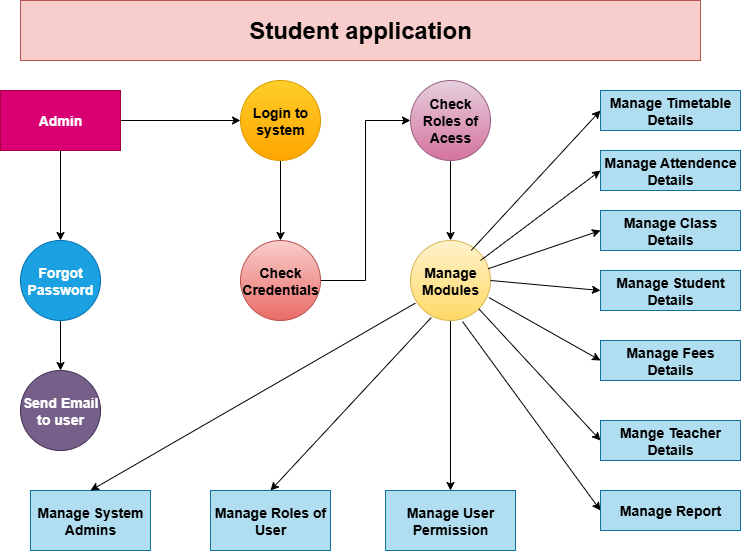
The draw.io diagram stdappli.drawio.png in vijjukondeti66-sys/student-portal-demo, before a commit. Source tidied: cells renumbered, new cells last; positions are measured from the earlier drawing's top-left corner, leaving out a move shared by most shapes. Source of this version:
```xml
<mxGraphModel>
  <root>
    <mxCell id="0" />
    <mxCell id="1" parent="0" />
    <mxCell id="2" style="edgeStyle=orthogonalEdgeStyle;rounded=0;jettySize=auto;html=1;entryX=0.5;entryY=0;entryDx=0;entryDy=0;" parent="1" edge="1" source="4" target="15">
      <mxGeometry relative="1" as="geometry" />
    </mxCell>
    <mxCell id="3" style="edgeStyle=orthogonalEdgeStyle;rounded=0;jettySize=auto;html=1;" parent="1" edge="1" source="4" target="10">
      <mxGeometry relative="1" as="geometry" />
    </mxCell>
    <mxCell id="4" value="&lt;h3&gt;Admin&lt;/h3&gt;" style="rounded=0;whiteSpace=wrap;html=1;fillColor=#d80073;fontColor=#ffffff;strokeColor=#A50040;" parent="1" vertex="1">
      <mxGeometry y="90" width="120" height="60" as="geometry" />
    </mxCell>
    <mxCell id="5" style="edgeStyle=orthogonalEdgeStyle;rounded=0;jettySize=auto;html=1;entryX=0.5;entryY=0;entryDx=0;entryDy=0;" parent="1" edge="1" source="6" target="12">
      <mxGeometry relative="1" as="geometry" />
    </mxCell>
    <mxCell id="6" value="&lt;h3&gt;Check Roles of Acess&lt;/h3&gt;" style="ellipse;whiteSpace=wrap;html=1;fillColor=#e6d0de;gradientColor=#d5739d;strokeColor=#996185;" parent="1" vertex="1">
      <mxGeometry x="410" y="80" width="80" height="80" as="geometry" />
    </mxCell>
    <mxCell id="7" style="edgeStyle=orthogonalEdgeStyle;rounded=0;jettySize=auto;html=1;entryX=0;entryY=0.5;entryDx=0;entryDy=0;" parent="1" edge="1" source="8" target="6">
      <mxGeometry relative="1" as="geometry" />
    </mxCell>
    <mxCell id="8" value="&lt;h3&gt;Check Credentials&lt;/h3&gt;" style="ellipse;whiteSpace=wrap;html=1;fillColor=#f8cecc;gradientColor=#ea6b66;strokeColor=#b85450;" parent="1" vertex="1">
      <mxGeometry x="240" y="240" width="80" height="80" as="geometry" />
    </mxCell>
    <mxCell id="9" style="edgeStyle=orthogonalEdgeStyle;rounded=0;jettySize=auto;html=1;" parent="1" edge="1" source="10" target="8">
      <mxGeometry relative="1" as="geometry" />
    </mxCell>
    <mxCell id="10" value="&lt;h3&gt;Login to system&lt;/h3&gt;" style="ellipse;whiteSpace=wrap;html=1;fillColor=#ffcd28;gradientColor=#ffa500;strokeColor=#d79b00;" parent="1" vertex="1">
      <mxGeometry x="240" y="80" width="80" height="80" as="geometry" />
    </mxCell>
    <mxCell id="11" style="edgeStyle=orthogonalEdgeStyle;rounded=0;jettySize=auto;html=1;" parent="1" edge="1" source="12" target="20">
      <mxGeometry relative="1" as="geometry" />
    </mxCell>
    <mxCell id="12" value="&lt;h3&gt;Manage Modules&lt;/h3&gt;" style="ellipse;whiteSpace=wrap;html=1;fillColor=#fff2cc;gradientColor=#ffd966;strokeColor=#d6b656;" parent="1" vertex="1">
      <mxGeometry x="410" y="240" width="80" height="80" as="geometry" />
    </mxCell>
    <mxCell id="13" value="&lt;h3&gt;Send Email to user&lt;/h3&gt;" style="ellipse;whiteSpace=wrap;html=1;fillColor=#76608a;strokeColor=#432D57;fontColor=#ffffff;" parent="1" vertex="1">
      <mxGeometry x="20" y="370" width="80" height="80" as="geometry" />
    </mxCell>
    <mxCell id="14" style="edgeStyle=orthogonalEdgeStyle;rounded=0;jettySize=auto;html=1;" parent="1" edge="1" source="15" target="13">
      <mxGeometry relative="1" as="geometry" />
    </mxCell>
    <mxCell id="15" value="&lt;h3&gt;Forgot Password&lt;/h3&gt;" style="ellipse;whiteSpace=wrap;html=1;fillColor=#1ba1e2;fontColor=#ffffff;strokeColor=#006EAF;" parent="1" vertex="1">
      <mxGeometry x="20" y="240" width="80" height="80" as="geometry" />
    </mxCell>
    <mxCell id="16" value="&lt;h3&gt;Mange Teacher Details&lt;/h3&gt;" style="rounded=0;whiteSpace=wrap;html=1;fillColor=#b1ddf0;strokeColor=#10739e;" parent="1" vertex="1">
      <mxGeometry x="600" y="420" width="140" height="40" as="geometry" />
    </mxCell>
    <mxCell id="17" value="&lt;h3&gt;Manage Report&lt;/h3&gt;" style="rounded=0;whiteSpace=wrap;html=1;fillColor=#b1ddf0;strokeColor=#10739e;" parent="1" vertex="1">
      <mxGeometry x="600" y="490" width="140" height="40" as="geometry" />
    </mxCell>
    <mxCell id="18" value="&lt;h3&gt;Manage Fees Details&lt;/h3&gt;" style="rounded=0;whiteSpace=wrap;html=1;fillColor=#b1ddf0;strokeColor=#10739e;" parent="1" vertex="1">
      <mxGeometry x="600" y="340" width="140" height="40" as="geometry" />
    </mxCell>
    <mxCell id="19" value="&lt;h3&gt;Manage Student Details&lt;/h3&gt;" style="rounded=0;whiteSpace=wrap;html=1;fillColor=#b1ddf0;strokeColor=#10739e;" parent="1" vertex="1">
      <mxGeometry x="600" y="270" width="140" height="40" as="geometry" />
    </mxCell>
    <mxCell id="20" value="&lt;h3&gt;Manage User Permission&lt;/h3&gt;" style="rounded=0;whiteSpace=wrap;html=1;fillColor=#b1ddf0;strokeColor=#10739e;" parent="1" vertex="1">
      <mxGeometry x="385" y="490" width="130" height="60" as="geometry" />
    </mxCell>
    <mxCell id="21" value="&lt;h3&gt;Manage Roles of User&lt;/h3&gt;" style="rounded=0;whiteSpace=wrap;html=1;fillColor=#b1ddf0;strokeColor=#10739e;" parent="1" vertex="1">
      <mxGeometry x="210" y="490" width="120" height="60" as="geometry" />
    </mxCell>
    <mxCell id="22" value="&lt;h3&gt;Manage System Admins&lt;/h3&gt;" style="rounded=0;whiteSpace=wrap;html=1;fillColor=#b1ddf0;strokeColor=#10739e;" parent="1" vertex="1">
      <mxGeometry x="30" y="490" width="120" height="60" as="geometry" />
    </mxCell>
    <mxCell id="23" value="&lt;h3&gt;Manage Class Details&lt;/h3&gt;" style="rounded=0;whiteSpace=wrap;html=1;fillColor=#b1ddf0;strokeColor=#10739e;" parent="1" vertex="1">
      <mxGeometry x="600" y="210" width="140" height="40" as="geometry" />
    </mxCell>
    <mxCell id="24" value="&lt;h3&gt;Manage Attendence Details&lt;/h3&gt;" style="rounded=0;whiteSpace=wrap;html=1;fillColor=#b1ddf0;strokeColor=#10739e;" parent="1" vertex="1">
      <mxGeometry x="600" y="150" width="140" height="40" as="geometry" />
    </mxCell>
    <mxCell id="25" value="&lt;h3&gt;Manage Timetable Details&lt;/h3&gt;" style="rounded=0;whiteSpace=wrap;html=1;fillColor=#b1ddf0;strokeColor=#10739e;" parent="1" vertex="1">
      <mxGeometry x="600" y="90" width="140" height="40" as="geometry" />
    </mxCell>
    <mxCell id="26" style="endArrow=classic;html=1;rounded=0;entryX=0;entryY=0.5;entryDx=0;entryDy=0;exitX=0.76;exitY=0.123;exitDx=0;exitDy=0;exitPerimeter=0;" parent="1" edge="1" source="12" target="25">
      <mxGeometry relative="1" as="geometry" />
    </mxCell>
    <mxCell id="27" style="endArrow=classic;html=1;rounded=0;entryX=0;entryY=0.5;entryDx=0;entryDy=0;" parent="1" edge="1" target="24">
      <mxGeometry relative="1" as="geometry">
        <mxPoint x="480" y="260" as="sourcePoint" />
      </mxGeometry>
    </mxCell>
    <mxCell id="28" style="endArrow=classic;html=1;rounded=0;entryX=0;entryY=0.5;entryDx=0;entryDy=0;exitX=0.97;exitY=0.353;exitDx=0;exitDy=0;exitPerimeter=0;" parent="1" edge="1" source="12" target="23">
      <mxGeometry relative="1" as="geometry" />
    </mxCell>
    <mxCell id="29" style="endArrow=classic;html=1;rounded=0;entryX=0;entryY=0.5;entryDx=0;entryDy=0;exitX=1;exitY=0.5;exitDx=0;exitDy=0;" parent="1" edge="1" source="12" target="19">
      <mxGeometry relative="1" as="geometry" />
    </mxCell>
    <mxCell id="30" style="endArrow=classic;html=1;rounded=0;entryX=0;entryY=0.5;entryDx=0;entryDy=0;exitX=0.98;exitY=0.713;exitDx=0;exitDy=0;exitPerimeter=0;" parent="1" edge="1" source="12" target="18">
      <mxGeometry relative="1" as="geometry" />
    </mxCell>
    <mxCell id="31" style="endArrow=classic;html=1;rounded=0;entryX=0;entryY=0.5;entryDx=0;entryDy=0;exitX=1;exitY=1;exitDx=0;exitDy=0;" parent="1" edge="1" source="12" target="16">
      <mxGeometry relative="1" as="geometry" />
    </mxCell>
    <mxCell id="32" style="endArrow=classic;html=1;rounded=0;entryX=0;entryY=0.5;entryDx=0;entryDy=0;exitX=0.65;exitY=1.013;exitDx=0;exitDy=0;exitPerimeter=0;" parent="1" edge="1" source="12" target="17">
      <mxGeometry relative="1" as="geometry" />
    </mxCell>
    <mxCell id="33" style="endArrow=classic;html=1;rounded=0;entryX=0.5;entryY=0;entryDx=0;entryDy=0;exitX=0.26;exitY=0.963;exitDx=0;exitDy=0;exitPerimeter=0;" parent="1" edge="1" source="12" target="21">
      <mxGeometry relative="1" as="geometry" />
    </mxCell>
    <mxCell id="34" style="endArrow=classic;html=1;rounded=0;entryX=0.5;entryY=0;entryDx=0;entryDy=0;exitX=0.06;exitY=0.783;exitDx=0;exitDy=0;exitPerimeter=0;" parent="1" edge="1" source="12" target="22">
      <mxGeometry relative="1" as="geometry" />
    </mxCell>
    <mxCell id="35" value="&lt;h1&gt;Student application&lt;/h1&gt;" style="rounded=0;whiteSpace=wrap;html=1;fillColor=#f8cecc;strokeColor=#b85450;" parent="1" vertex="1">
      <mxGeometry x="20" width="680" height="60" as="geometry" />
    </mxCell>
  </root>
</mxGraphModel>
```
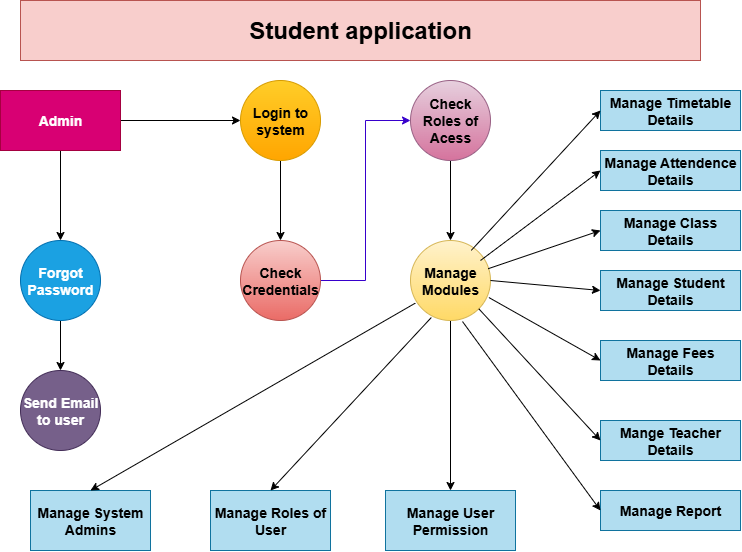
After the commit.

The edit, as a diff of the source:
```diff
@@ -17,7 +17,7 @@
     <mxCell id="6" value="&lt;h3&gt;Check Roles of Acess&lt;/h3&gt;" style="ellipse;whiteSpace=wrap;html=1;fillColor=#e6d0de;gradientColor=#d5739d;strokeColor=#996185;" parent="1" vertex="1">
       <mxGeometry x="410" y="80" width="80" height="80" as="geometry" />
     </mxCell>
-    <mxCell id="7" style="edgeStyle=orthogonalEdgeStyle;rounded=0;jettySize=auto;html=1;entryX=0;entryY=0.5;entryDx=0;entryDy=0;" parent="1" edge="1" source="8" target="6">
+    <mxCell id="7" style="edgeStyle=orthogonalEdgeStyle;rounded=0;jettySize=auto;html=1;entryX=0;entryY=0.5;entryDx=0;entryDy=0;fillColor=#6a00ff;strokeColor=#3700CC;" parent="1" edge="1" source="8" target="6">
       <mxGeometry relative="1" as="geometry" />
     </mxCell>
     <mxCell id="8" value="&lt;h3&gt;Check Credentials&lt;/h3&gt;" style="ellipse;whiteSpace=wrap;html=1;fillColor=#f8cecc;gradientColor=#ea6b66;strokeColor=#b85450;" parent="1" vertex="1">
```
